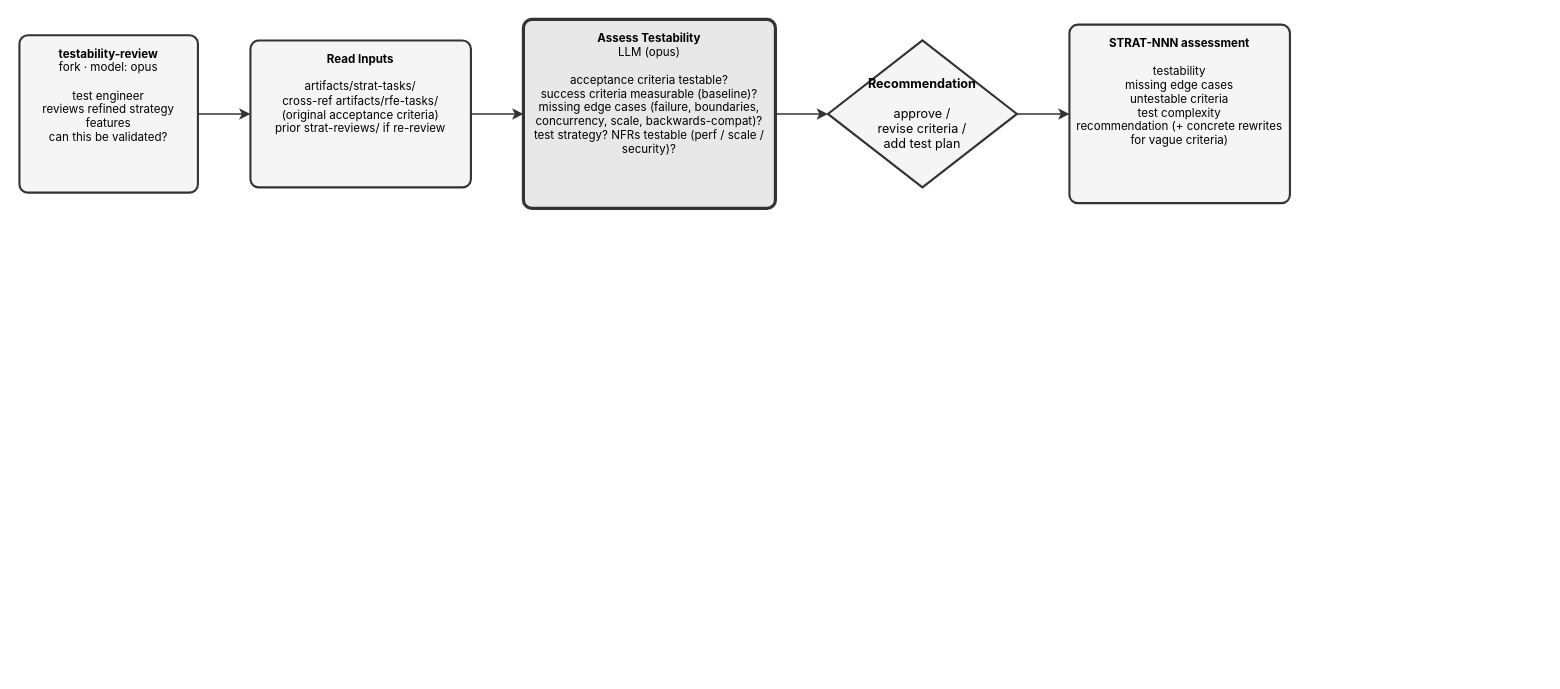
The draw.io diagram site/docs/plugins/rfe-creator/testability-review.drawio in fege/skills-registry, before the edit. Source tidied: cells renumbered, new cells numbered last; positions are measured from the earlier drawing's top-left corner, leaving out a move shared by most shapes. Both pictures are drawn from the tidied source at 105%, with x=0, y=0 at pixel (19, 19).
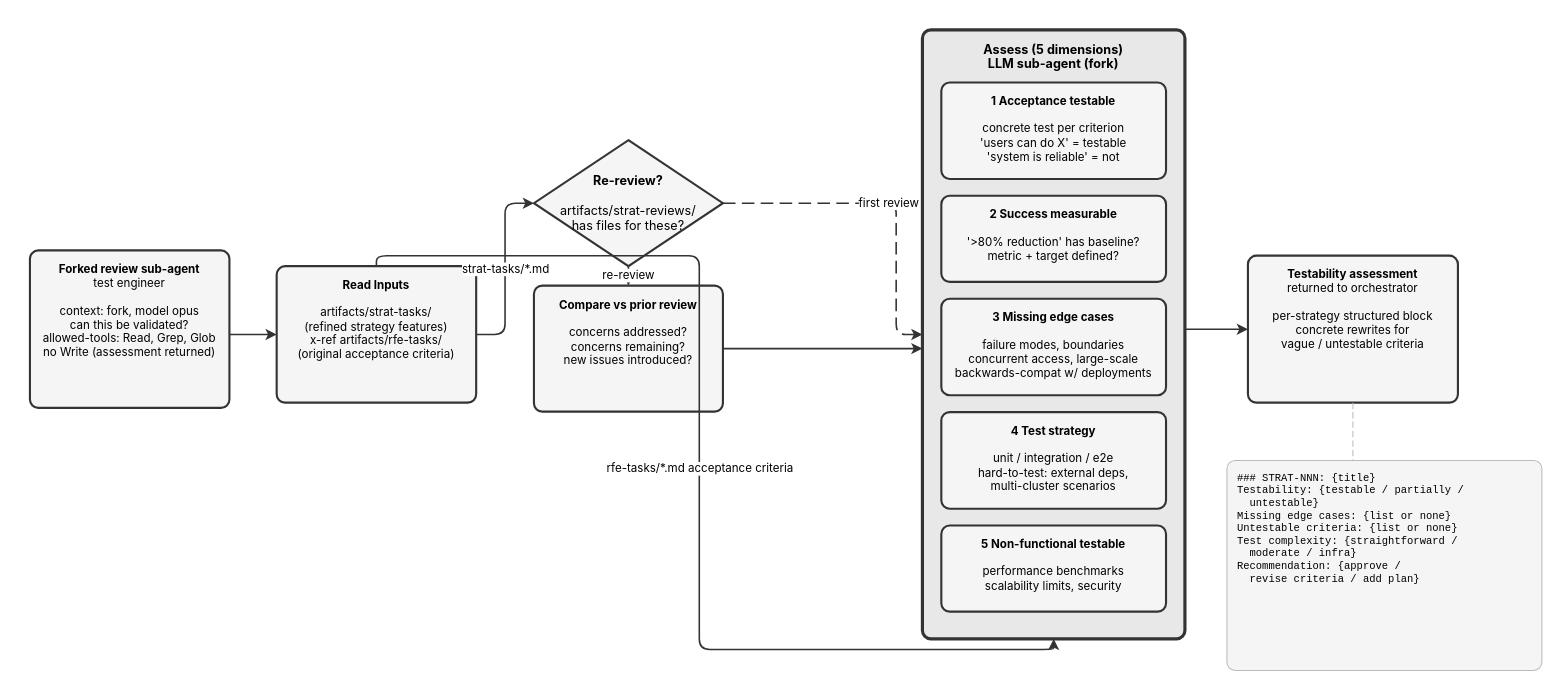
The same page after the edit.

The edit, as a diff of the source:
```diff
@@
-    <mxCell id="2" value="&lt;b&gt;testability-review&lt;/b&gt;&lt;br&gt;fork &amp;middot; model: opus&lt;br&gt;&lt;br&gt;test engineer&lt;br&gt;reviews refined strategy features&lt;br&gt;can this be validated?" style="rounded=1;whiteSpace=wrap;html=1;fillColor=#f5f5f5;strokeColor=#333333;strokeWidth=2;verticalAlign=top;spacingTop=5;fontSize=11;fontFamily=Inter,Helvetica,Arial,sans-serif;arcSize=16;absoluteArcSize=1;" parent="1" vertex="1">
-      <mxGeometry y="15" width="170" height="150" as="geometry" />
+    <mxCell id="2" value="&lt;b&gt;Forked review sub-agent&lt;/b&gt;&lt;br&gt;test engineer&lt;br&gt;&lt;br&gt;context: fork, model opus&lt;br&gt;can this be validated?&lt;br&gt;allowed-tools: Read, Grep, Glob&lt;br&gt;no Write (assessment returned)" style="rounded=1;whiteSpace=wrap;html=1;fillColor=#f5f5f5;strokeColor=#333333;strokeWidth=2;verticalAlign=top;spacingTop=5;fontSize=11;fontFamily=Inter,Helvetica,Arial,sans-serif;arcSize=16;absoluteArcSize=1;" parent="1" vertex="1">
+      <mxGeometry x="10" y="220" width="190" height="150" as="geometry" />
     </mxCell>
-    <mxCell id="3" value="&lt;b&gt;Read Inputs&lt;/b&gt;&lt;br&gt;&lt;br&gt;artifacts/strat-tasks/&lt;br&gt;cross-ref artifacts/rfe-tasks/&lt;br&gt;(original acceptance criteria)&lt;br&gt;prior strat-reviews/ if re-review" style="rounded=1;whiteSpace=wrap;html=1;fillColor=#f5f5f5;strokeColor=#333333;strokeWidth=2;verticalAlign=top;spacingTop=5;fontSize=11;fontFamily=Inter,Helvetica,Arial,sans-serif;arcSize=16;absoluteArcSize=1;" parent="1" vertex="1">
-      <mxGeometry x="220" y="20" width="210" height="140" as="geometry" />
-    </mxCell>
+    <mxCell id="11" value="&lt;b&gt;Read Inputs&lt;/b&gt;&lt;br&gt;&lt;br&gt;artifacts/strat-tasks/&lt;br&gt;(refined strategy features)&lt;br&gt;x-ref artifacts/rfe-tasks/&lt;br&gt;(original acceptance criteria)" style="rounded=1;whiteSpace=wrap;html=1;fillColor=#f5f5f5;strokeColor=#333333;strokeWidth=2;verticalAlign=top;spacingTop=5;fontSize=11;fontFamily=Inter,Helvetica,Arial,sans-serif;arcSize=16;absoluteArcSize=1;" parent="1" vertex="1">
+      <mxGeometry x="245" y="235" width="190" height="130" as="geometry" />
+    </mxCell>
+    <mxCell id="12" value="&lt;b&gt;Re-review?&lt;/b&gt;&lt;br&gt;&lt;br&gt;artifacts/strat-reviews/&lt;br&gt;has files for these?" style="rhombus;whiteSpace=wrap;html=1;fillColor=#f5f5f5;strokeColor=#333333;strokeWidth=2;fontSize=12;fontFamily=Inter,Helvetica,Arial,sans-serif;" parent="1" vertex="1">
+      <mxGeometry x="490" y="115" width="180" height="120" as="geometry" />
+    </mxCell>
+    <mxCell id="13" value="&lt;b&gt;Compare vs prior review&lt;/b&gt;&lt;br&gt;&lt;br&gt;concerns addressed?&lt;br&gt;concerns remaining?&lt;br&gt;new issues introduced?" style="rounded=1;whiteSpace=wrap;html=1;fillColor=#f5f5f5;strokeColor=#333333;strokeWidth=2;verticalAlign=top;spacingTop=5;fontSize=11;fontFamily=Inter,Helvetica,Arial,sans-serif;arcSize=16;absoluteArcSize=1;" parent="1" vertex="1">
+      <mxGeometry x="490" y="253.5" width="180" height="120" as="geometry" />
+    </mxCell>
-    <mxCell id="4" value="&lt;b&gt;Assess Testability&lt;/b&gt;&lt;br&gt;LLM (opus)&lt;br&gt;&lt;br&gt;acceptance criteria testable?&lt;br&gt;success criteria measurable (baseline)?&lt;br&gt;missing edge cases (failure, boundaries, concurrency, scale, backwards-compat)?&lt;br&gt;test strategy? NFRs testable (perf / scale / security)?" style="rounded=1;whiteSpace=wrap;html=1;fillColor=#e8e8e8;strokeColor=#333333;strokeWidth=3;verticalAlign=top;spacingTop=5;fontSize=11;fontFamily=Inter,Helvetica,Arial,sans-serif;double=1;arcSize=16;absoluteArcSize=1;" parent="1" vertex="1">
-      <mxGeometry x="480" width="240" height="180" as="geometry" />
+    <mxCell id="4" value="&lt;b&gt;Assess (5 dimensions)&lt;/b&gt;&lt;br&gt;LLM sub-agent (fork)" style="rounded=1;whiteSpace=wrap;html=1;fillColor=#e8e8e8;strokeColor=#333333;strokeWidth=3;verticalAlign=top;spacingTop=5;fontSize=12;fontStyle=1;fontFamily=Inter,Helvetica,Arial,sans-serif;double=1;arcSize=16;absoluteArcSize=1;" parent="1" vertex="1">
+      <mxGeometry x="860" y="10" width="250" height="580" as="geometry" />
     </mxCell>
-    <mxCell id="5" value="&lt;b&gt;Recommendation&lt;/b&gt;&lt;br&gt;&lt;br&gt;approve /&lt;br&gt;revise criteria /&lt;br&gt;add test plan" style="rhombus;whiteSpace=wrap;html=1;fillColor=#f5f5f5;strokeColor=#333333;strokeWidth=2;fontSize=12;fontFamily=Inter,Helvetica,Arial,sans-serif;" parent="1" vertex="1">
-      <mxGeometry x="770" y="20" width="180" height="140" as="geometry" />
-    </mxCell>
-    <mxCell id="6" value="&lt;b&gt;STRAT-NNN assessment&lt;/b&gt;&lt;br&gt;&lt;br&gt;testability&lt;br&gt;missing edge cases&lt;br&gt;untestable criteria&lt;br&gt;test complexity&lt;br&gt;recommendation (+ concrete rewrites for vague criteria)" style="rounded=1;whiteSpace=wrap;html=1;fillColor=#f5f5f5;strokeColor=#333333;strokeWidth=2;verticalAlign=top;spacingTop=5;fontSize=11;fontFamily=Inter,Helvetica,Arial,sans-serif;arcSize=16;absoluteArcSize=1;" parent="1" vertex="1">
-      <mxGeometry x="1000" y="5" width="210" height="170" as="geometry" />
-    </mxCell>
-    <mxCell id="7" style="edgeStyle=orthogonalEdgeStyle;rounded=1;strokeColor=#333333;strokeWidth=1.5;html=1;fontFamily=Inter,Helvetica,Arial,sans-serif;exitX=1.0;exitY=0.5;exitDx=0;exitDy=0;entryX=0.0;entryY=0.5;entryDx=0;entryDy=0;" parent="1" edge="1" source="2" target="3">
-      <mxGeometry relative="1" as="geometry" />
-    </mxCell>
-    <mxCell id="8" style="edgeStyle=orthogonalEdgeStyle;rounded=1;strokeColor=#333333;strokeWidth=1.5;html=1;fontFamily=Inter,Helvetica,Arial,sans-serif;exitX=1.0;exitY=0.5;exitDx=0;exitDy=0;entryX=0.0;entryY=0.5;entryDx=0;entryDy=0;" parent="1" edge="1" source="3" target="4">
-      <mxGeometry relative="1" as="geometry" />
-    </mxCell>
-    <mxCell id="9" style="edgeStyle=orthogonalEdgeStyle;rounded=1;strokeColor=#333333;strokeWidth=1.5;html=1;fontFamily=Inter,Helvetica,Arial,sans-serif;exitX=1.0;exitY=0.5;exitDx=0;exitDy=0;entryX=0.0;entryY=0.5;entryDx=0;entryDy=0;" parent="1" edge="1" source="4" target="5">
-      <mxGeometry relative="1" as="geometry" />
-    </mxCell>
-    <mxCell id="10" style="edgeStyle=orthogonalEdgeStyle;rounded=1;strokeColor=#333333;strokeWidth=1.5;html=1;fontFamily=Inter,Helvetica,Arial,sans-serif;exitX=1.0;exitY=0.5;exitDx=0;exitDy=0;entryX=0.0;entryY=0.5;entryDx=0;entryDy=0;" parent="1" edge="1" source="5" target="6">
-      <mxGeometry relative="1" as="geometry" />
-    </mxCell>
+    <mxCell id="14" value="&lt;b&gt;1 Acceptance testable&lt;/b&gt;&lt;br&gt;&lt;br&gt;concrete test per criterion&lt;br&gt;'users can do X' = testable&lt;br&gt;'system is reliable' = not" style="rounded=1;whiteSpace=wrap;html=1;fillColor=#f5f5f5;strokeColor=#333333;strokeWidth=2;verticalAlign=top;spacingTop=5;fontSize=11;fontFamily=Inter,Helvetica,Arial,sans-serif;arcSize=16;absoluteArcSize=1;" parent="4" vertex="1">
+      <mxGeometry x="18" y="50" width="214" height="92" as="geometry" />
+    </mxCell>
+    <mxCell id="15" value="&lt;b&gt;2 Success measurable&lt;/b&gt;&lt;br&gt;&lt;br&gt;'&gt;80% reduction' has baseline?&lt;br&gt;metric + target defined?" style="rounded=1;whiteSpace=wrap;html=1;fillColor=#f5f5f5;strokeColor=#333333;strokeWidth=2;verticalAlign=top;spacingTop=5;fontSize=11;fontFamily=Inter,Helvetica,Arial,sans-serif;arcSize=16;absoluteArcSize=1;" parent="4" vertex="1">
+      <mxGeometry x="18" y="158" width="214" height="82" as="geometry" />
+    </mxCell>
+    <mxCell id="16" value="&lt;b&gt;3 Missing edge cases&lt;/b&gt;&lt;br&gt;&lt;br&gt;failure modes, boundaries&lt;br&gt;concurrent access, large-scale&lt;br&gt;backwards-compat w/ deployments" style="rounded=1;whiteSpace=wrap;html=1;fillColor=#f5f5f5;strokeColor=#333333;strokeWidth=2;verticalAlign=top;spacingTop=5;fontSize=11;fontFamily=Inter,Helvetica,Arial,sans-serif;arcSize=16;absoluteArcSize=1;" parent="4" vertex="1">
+      <mxGeometry x="18" y="256" width="214" height="92" as="geometry" />
+    </mxCell>
+    <mxCell id="17" value="&lt;b&gt;4 Test strategy&lt;/b&gt;&lt;br&gt;&lt;br&gt;unit / integration / e2e&lt;br&gt;hard-to-test: external deps,&lt;br&gt;multi-cluster scenarios" style="rounded=1;whiteSpace=wrap;html=1;fillColor=#f5f5f5;strokeColor=#333333;strokeWidth=2;verticalAlign=top;spacingTop=5;fontSize=11;fontFamily=Inter,Helvetica,Arial,sans-serif;arcSize=16;absoluteArcSize=1;" parent="4" vertex="1">
+      <mxGeometry x="18" y="364" width="214" height="92" as="geometry" />
+    </mxCell>
+    <mxCell id="18" value="&lt;b&gt;5 Non-functional testable&lt;/b&gt;&lt;br&gt;&lt;br&gt;performance benchmarks&lt;br&gt;scalability limits, security" style="rounded=1;whiteSpace=wrap;html=1;fillColor=#f5f5f5;strokeColor=#333333;strokeWidth=2;verticalAlign=top;spacingTop=5;fontSize=11;fontFamily=Inter,Helvetica,Arial,sans-serif;arcSize=16;absoluteArcSize=1;" parent="4" vertex="1">
+      <mxGeometry x="18" y="472" width="214" height="82" as="geometry" />
+    </mxCell>
+    <mxCell id="19" value="&lt;b&gt;Testability assessment&lt;/b&gt;&lt;br&gt;returned to orchestrator&lt;br&gt;&lt;br&gt;per-strategy structured block&lt;br&gt;concrete rewrites for&lt;br&gt;vague / untestable criteria" style="rounded=1;whiteSpace=wrap;html=1;fillColor=#f5f5f5;strokeColor=#333333;strokeWidth=2;verticalAlign=top;spacingTop=5;fontSize=11;fontFamily=Inter,Helvetica,Arial,sans-serif;arcSize=16;absoluteArcSize=1;" parent="1" vertex="1">
+      <mxGeometry x="1170" y="225" width="200" height="140" as="geometry" />
+    </mxCell>
+    <mxCell id="20" value="### STRAT-NNN: {title}&lt;br&gt;Testability: {testable / partially /&lt;br&gt;&amp;nbsp;&amp;nbsp;untestable}&lt;br&gt;Missing edge cases: {list or none}&lt;br&gt;Untestable criteria: {list or none}&lt;br&gt;Test complexity: {straightforward /&lt;br&gt;&amp;nbsp;&amp;nbsp;moderate / infra}&lt;br&gt;Recommendation: {approve /&lt;br&gt;&amp;nbsp;&amp;nbsp;revise criteria / add plan}" style="rounded=1;whiteSpace=wrap;html=1;fillColor=#f5f5f5;strokeColor=#bbbbbb;strokeWidth=1;verticalAlign=top;spacingTop=5;align=left;spacingLeft=8;fontSize=10;fontFamily=JetBrains Mono,Courier New,monospace;arcSize=16;absoluteArcSize=1;" parent="1" vertex="1">
+      <mxGeometry x="1150" y="420" width="300" height="200" as="geometry" />
+    </mxCell>
+    <mxCell id="21" style="edgeStyle=orthogonalEdgeStyle;rounded=1;strokeColor=#333333;strokeWidth=1.5;html=1;fontFamily=Inter,Helvetica,Arial,sans-serif;exitX=1;exitY=0.5333333333333333;exitDx=0;exitDy=0;entryX=0;entryY=0.5;entryDx=0;entryDy=0;" parent="1" edge="1" source="2" target="11">
+      <mxGeometry relative="1" as="geometry" />
+    </mxCell>
+    <mxCell id="22" value="strat-tasks/*.md" style="edgeStyle=orthogonalEdgeStyle;rounded=1;strokeColor=#333333;strokeWidth=1.5;html=1;fontFamily=Inter,Helvetica,Arial,sans-serif;exitX=1.0;exitY=0.5;exitDx=0;exitDy=0;entryX=0.0;entryY=0.5;entryDx=0;entryDy=0;" parent="1" edge="1" source="11" target="12">
+      <mxGeometry relative="1" as="geometry" />
+    </mxCell>
+    <mxCell id="23" value="rfe-tasks/*.md acceptance criteria" style="edgeStyle=orthogonalEdgeStyle;rounded=1;strokeColor=#333333;strokeWidth=1.5;html=1;fontFamily=Inter,Helvetica,Arial,sans-serif;exitX=0.5;exitY=0.0;exitDx=0;exitDy=0;entryX=0.5;entryY=1.0;entryDx=0;entryDy=0;" parent="1" edge="1" source="11" target="4">
+      <mxGeometry relative="1" as="geometry" />
+    </mxCell>
+    <mxCell id="24" value="re-review" style="edgeStyle=orthogonalEdgeStyle;rounded=1;strokeColor=#333333;strokeWidth=1.5;html=1;fontFamily=Inter,Helvetica,Arial,sans-serif;dashed=1;dashPattern=8 4;exitX=0.5;exitY=1.0;exitDx=0;exitDy=0;entryX=0.5;entryY=0.0;entryDx=0;entryDy=0;" parent="1" edge="1" source="12" target="13">
+      <mxGeometry relative="1" as="geometry" />
+    </mxCell>
+    <mxCell id="25" value="first review" style="edgeStyle=orthogonalEdgeStyle;rounded=1;strokeColor=#333333;strokeWidth=1.5;html=1;fontFamily=Inter,Helvetica,Arial,sans-serif;dashed=1;dashPattern=8 4;exitX=1.0;exitY=0.5;exitDx=0;exitDy=0;entryX=0.0;entryY=0.5;entryDx=0;entryDy=0;" parent="1" edge="1" source="12" target="4">
+      <mxGeometry relative="1" as="geometry">
+        <Array as="points">
+          <mxPoint x="835" y="175" />
+          <mxPoint x="835" y="300" />
+        </Array>
+      </mxGeometry>
+    </mxCell>
+    <mxCell id="26" style="edgeStyle=orthogonalEdgeStyle;rounded=1;strokeColor=#333333;strokeWidth=1.5;html=1;fontFamily=Inter,Helvetica,Arial,sans-serif;exitX=1;exitY=0.5;exitDx=0;exitDy=0;entryX=0;entryY=0.5232758620689655;entryDx=0;entryDy=0;" parent="1" edge="1" source="13" target="4">
+      <mxGeometry relative="1" as="geometry" />
+    </mxCell>
+    <mxCell id="27" style="edgeStyle=orthogonalEdgeStyle;rounded=1;strokeColor=#333333;strokeWidth=1.5;html=1;fontFamily=Inter,Helvetica,Arial,sans-serif;exitX=1;exitY=0.49137931034482757;exitDx=0;exitDy=0;entryX=0;entryY=0.5;entryDx=0;entryDy=0;" parent="1" edge="1" source="4" target="19">
+      <mxGeometry relative="1" as="geometry" />
+    </mxCell>
+    <mxCell id="28" style="edgeStyle=orthogonalEdgeStyle;rounded=1;strokeColor=#bbbbbb;strokeWidth=1;dashed=1;dashPattern=6 3;html=1;endArrow=none;exitX=0.5;exitY=1;exitDx=0;exitDy=0;entryX=0.4;entryY=0;entryDx=0;entryDy=0;" parent="1" edge="1" source="19" target="20">
+      <mxGeometry relative="1" as="geometry" />
+    </mxCell>
```
